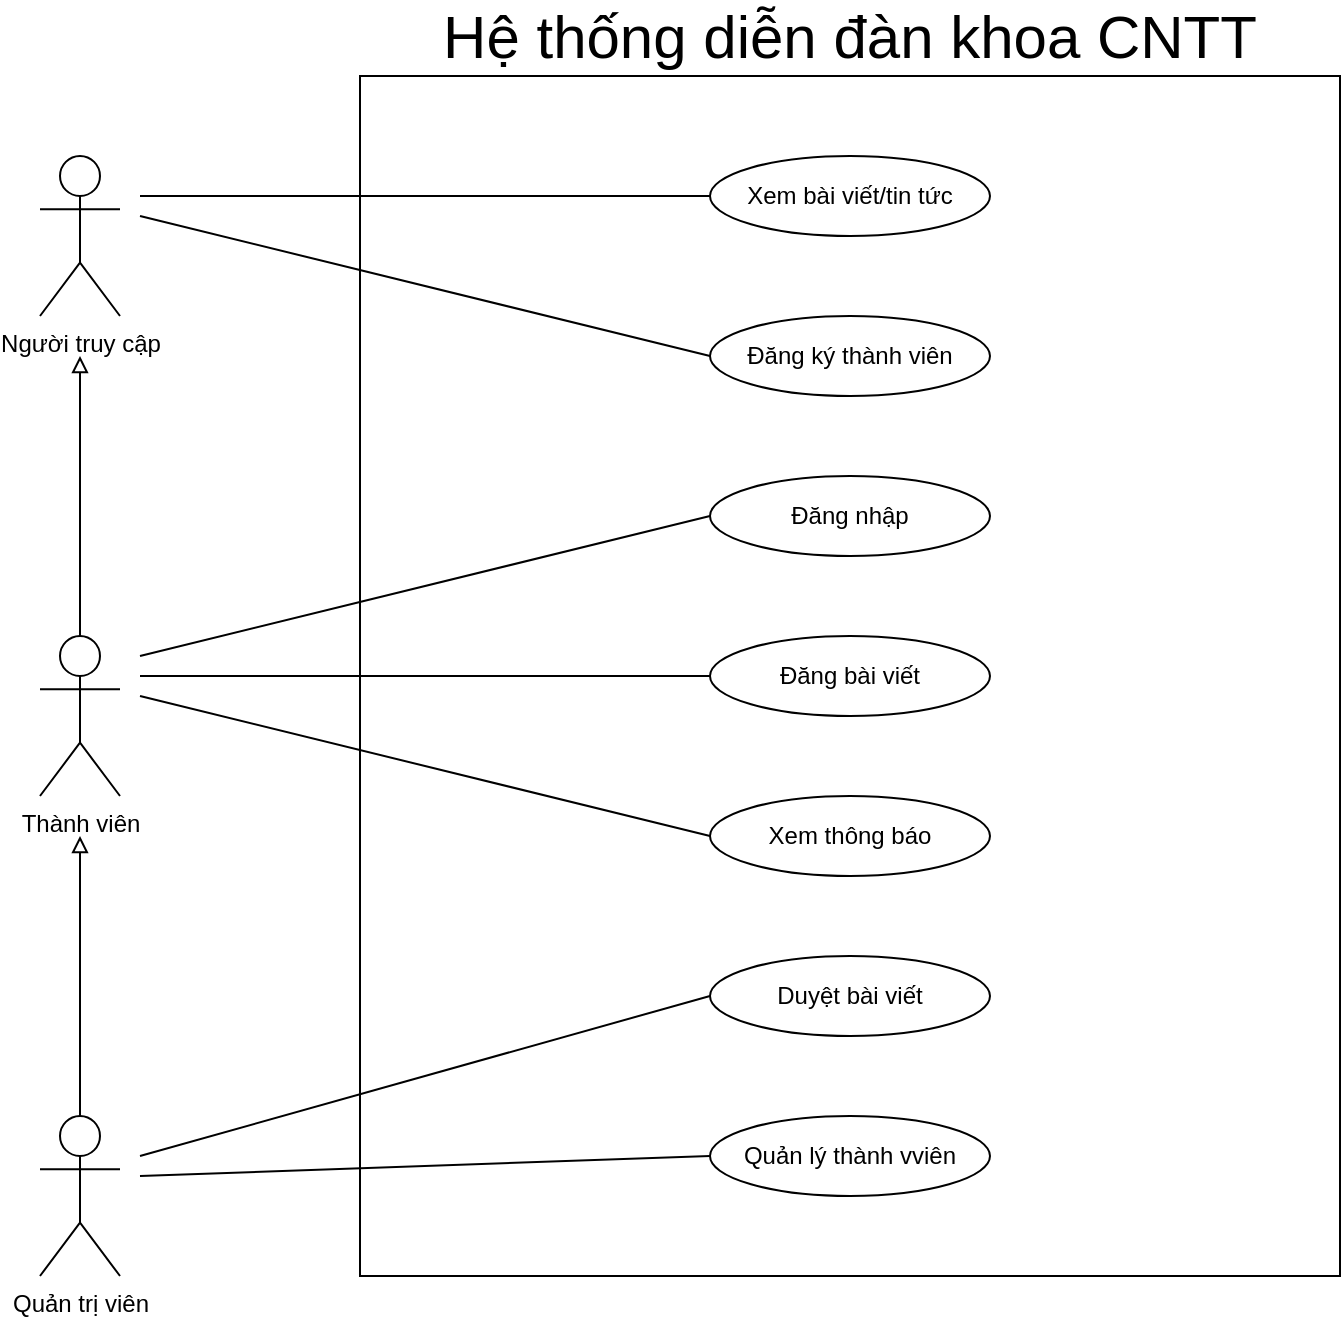
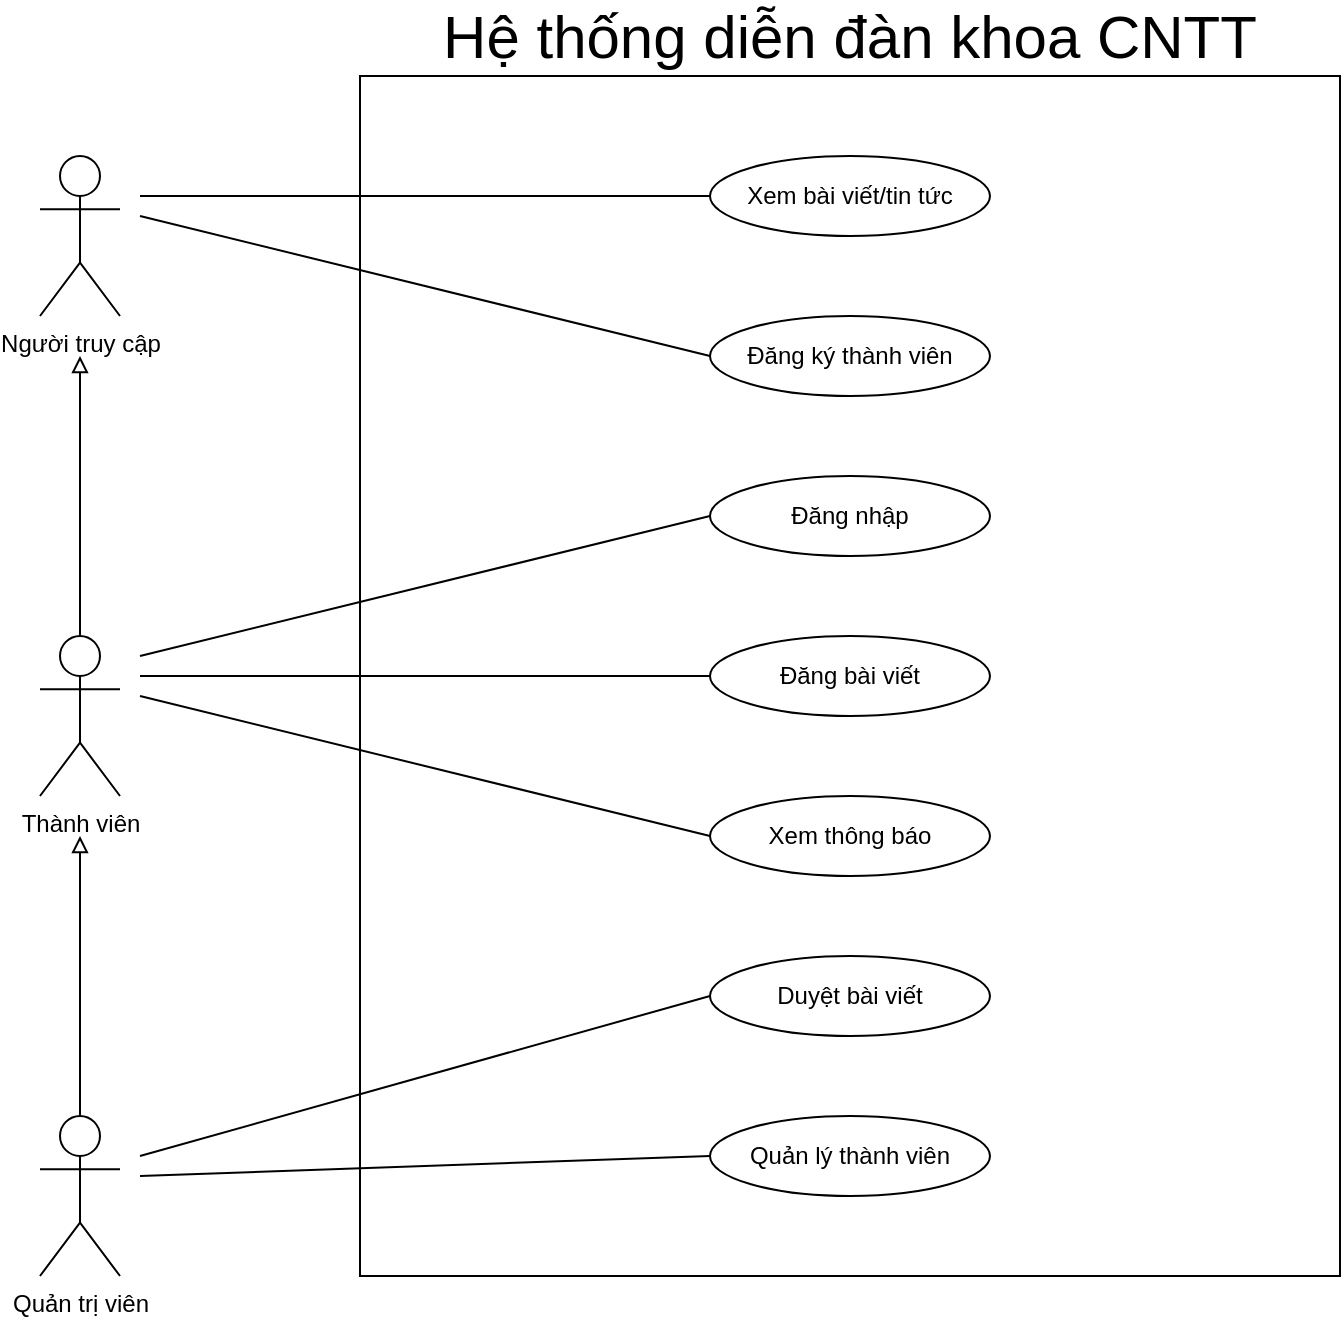
<mxfile host="app.diagrams.net" pages="3">
  <diagram name="UseCaseLevel1" id="R5SArAZ-sp13xk5E453y">
-     <mxGraphModel dx="896" dy="518" grid="1" gridSize="10" guides="1" tooltips="1" connect="1" arrows="1" fold="1" page="1" pageScale="1" pageWidth="1169" pageHeight="1654" math="0" shadow="0">
+     <mxGraphModel dx="448" dy="259" grid="1" gridSize="10" guides="1" tooltips="1" connect="1" arrows="1" fold="1" page="1" pageScale="1" pageWidth="1169" pageHeight="1654" math="0" shadow="0">
      <root>
        <mxCell id="0" />
        <mxCell id="1" parent="0" />
        <mxCell id="h2pIs2B6fA9uW1FB1x-K-3" parent="1" style="rounded=0;whiteSpace=wrap;html=1;" value="" vertex="1">
          <mxGeometry height="600" width="490" x="340" y="40" as="geometry" />
        </mxCell>
        <mxCell id="h2pIs2B6fA9uW1FB1x-K-4" parent="1" style="shape=umlActor;verticalLabelPosition=bottom;verticalAlign=top;html=1;" value="Người truy cập" vertex="1">
          <mxGeometry height="80" width="40" x="180" y="80" as="geometry" />
        </mxCell>
        <mxCell id="h2pIs2B6fA9uW1FB1x-K-9" edge="1" parent="1" source="h2pIs2B6fA9uW1FB1x-K-5" style="endArrow=block;endFill=0;">
          <mxGeometry relative="1" as="geometry">
            <mxPoint x="200" y="180" as="targetPoint" />
          </mxGeometry>
        </mxCell>
        <mxCell id="h2pIs2B6fA9uW1FB1x-K-5" parent="1" style="shape=umlActor;verticalLabelPosition=bottom;verticalAlign=top;html=1;" value="Thành viên" vertex="1">
          <mxGeometry height="80" width="40" x="180" y="320" as="geometry" />
        </mxCell>
        <mxCell id="h2pIs2B6fA9uW1FB1x-K-8" edge="1" parent="1" source="h2pIs2B6fA9uW1FB1x-K-6" style="endArrow=block;endFill=0;">
          <mxGeometry relative="1" as="geometry">
            <mxPoint x="200" y="550" as="sourcePoint" />
            <mxPoint x="200" y="420" as="targetPoint" />
          </mxGeometry>
        </mxCell>
        <mxCell id="h2pIs2B6fA9uW1FB1x-K-6" parent="1" style="shape=umlActor;verticalLabelPosition=bottom;verticalAlign=top;html=1;" value="Quản trị viên" vertex="1">
          <mxGeometry height="80" width="40" x="180" y="560" as="geometry" />
        </mxCell>
        <mxCell id="h2pIs2B6fA9uW1FB1x-K-10" parent="1" style="ellipse;whiteSpace=wrap;html=1;" value="Xem bài viết/tin tức" vertex="1">
          <mxGeometry height="40" width="140" x="515" y="80" as="geometry" />
        </mxCell>
        <mxCell id="h2pIs2B6fA9uW1FB1x-K-11" parent="1" style="ellipse;whiteSpace=wrap;html=1;" value="Đăng ký thành viên" vertex="1">
          <mxGeometry height="40" width="140" x="515" y="160" as="geometry" />
        </mxCell>
-         <mxCell id="h2pIs2B6fA9uW1FB1x-K-12" parent="1" style="ellipse;whiteSpace=wrap;html=1;" value="Quản lý thành vviên" vertex="1">
+         <mxCell id="h2pIs2B6fA9uW1FB1x-K-12" parent="1" style="ellipse;whiteSpace=wrap;html=1;" value="Quản lý thành viên" vertex="1">
          <mxGeometry height="40" width="140" x="515" y="560" as="geometry" />
        </mxCell>
        <mxCell id="h2pIs2B6fA9uW1FB1x-K-13" parent="1" style="ellipse;whiteSpace=wrap;html=1;" value="Duyệt bài viết" vertex="1">
          <mxGeometry height="40" width="140" x="515" y="480" as="geometry" />
        </mxCell>
        <mxCell id="h2pIs2B6fA9uW1FB1x-K-14" parent="1" style="ellipse;whiteSpace=wrap;html=1;" value="Xem thông báo" vertex="1">
          <mxGeometry height="40" width="140" x="515" y="400" as="geometry" />
        </mxCell>
        <mxCell id="h2pIs2B6fA9uW1FB1x-K-15" parent="1" style="ellipse;whiteSpace=wrap;html=1;" value="Đăng bài viết" vertex="1">
          <mxGeometry height="40" width="140" x="515" y="320" as="geometry" />
        </mxCell>
        <mxCell id="h2pIs2B6fA9uW1FB1x-K-16" parent="1" style="ellipse;whiteSpace=wrap;html=1;" value="Đăng nhập" vertex="1">
          <mxGeometry height="40" width="140" x="515" y="240" as="geometry" />
        </mxCell>
        <mxCell id="h2pIs2B6fA9uW1FB1x-K-17" edge="1" parent="1" style="endArrow=none;html=1;rounded=0;entryX=0;entryY=0.5;entryDx=0;entryDy=0;" target="h2pIs2B6fA9uW1FB1x-K-10" value="">
          <mxGeometry height="50" relative="1" width="50" as="geometry">
            <mxPoint x="230" y="100" as="sourcePoint" />
            <mxPoint x="280" y="50" as="targetPoint" />
          </mxGeometry>
        </mxCell>
        <mxCell id="h2pIs2B6fA9uW1FB1x-K-18" edge="1" parent="1" style="endArrow=none;html=1;rounded=0;entryX=0;entryY=0.5;entryDx=0;entryDy=0;" target="h2pIs2B6fA9uW1FB1x-K-11" value="">
          <mxGeometry height="50" relative="1" width="50" as="geometry">
            <mxPoint x="230" y="110" as="sourcePoint" />
            <mxPoint x="380" y="140" as="targetPoint" />
          </mxGeometry>
        </mxCell>
        <mxCell id="h2pIs2B6fA9uW1FB1x-K-19" edge="1" parent="1" style="endArrow=none;html=1;rounded=0;entryX=0;entryY=0.5;entryDx=0;entryDy=0;" target="h2pIs2B6fA9uW1FB1x-K-16" value="">
          <mxGeometry height="50" relative="1" width="50" as="geometry">
            <mxPoint x="230" y="330" as="sourcePoint" />
            <mxPoint x="280" y="280" as="targetPoint" />
          </mxGeometry>
        </mxCell>
        <mxCell id="h2pIs2B6fA9uW1FB1x-K-20" edge="1" parent="1" style="endArrow=none;html=1;rounded=0;entryX=0;entryY=0.5;entryDx=0;entryDy=0;" target="h2pIs2B6fA9uW1FB1x-K-15" value="">
          <mxGeometry height="50" relative="1" width="50" as="geometry">
            <mxPoint x="230" y="340" as="sourcePoint" />
            <mxPoint x="400" y="430" as="targetPoint" />
          </mxGeometry>
        </mxCell>
        <mxCell id="h2pIs2B6fA9uW1FB1x-K-21" edge="1" parent="1" style="endArrow=none;html=1;rounded=0;entryX=0;entryY=0.5;entryDx=0;entryDy=0;" target="h2pIs2B6fA9uW1FB1x-K-14" value="">
          <mxGeometry height="50" relative="1" width="50" as="geometry">
            <mxPoint x="230" y="350" as="sourcePoint" />
            <mxPoint x="400" y="430" as="targetPoint" />
          </mxGeometry>
        </mxCell>
        <mxCell id="h2pIs2B6fA9uW1FB1x-K-22" edge="1" parent="1" style="endArrow=none;html=1;rounded=0;entryX=0;entryY=0.5;entryDx=0;entryDy=0;" target="h2pIs2B6fA9uW1FB1x-K-13" value="">
          <mxGeometry height="50" relative="1" width="50" as="geometry">
            <mxPoint x="230" y="580" as="sourcePoint" />
            <mxPoint x="470" y="480" as="targetPoint" />
          </mxGeometry>
        </mxCell>
        <mxCell id="h2pIs2B6fA9uW1FB1x-K-23" edge="1" parent="1" style="endArrow=none;html=1;rounded=0;entryX=0;entryY=0.5;entryDx=0;entryDy=0;" target="h2pIs2B6fA9uW1FB1x-K-12" value="">
          <mxGeometry height="50" relative="1" width="50" as="geometry">
            <mxPoint x="230" y="590" as="sourcePoint" />
            <mxPoint x="450" y="450" as="targetPoint" />
          </mxGeometry>
        </mxCell>
        <mxCell id="C04jKtBo_vdliFKvRf8y-1" parent="1" style="text;html=1;whiteSpace=wrap;strokeColor=none;fillColor=none;align=center;verticalAlign=middle;rounded=0;fontSize=30;" value="Hệ thống diễn đàn khoa CNTT" vertex="1">
          <mxGeometry height="30" width="420" x="375" y="5" as="geometry" />
        </mxCell>
      </root>
    </mxGraphModel>
  </diagram>
  <diagram id="GyQeJO6hl7p-9kbhmS7M" name="UseCaseLevel2-Thành viên">
    <mxGraphModel dx="1212" dy="1801" grid="1" gridSize="10" guides="1" tooltips="1" connect="1" arrows="1" fold="1" page="1" pageScale="1" pageWidth="850" pageHeight="1100" math="0" shadow="0">
      <root>
        <mxCell id="0" />
        <mxCell id="1" parent="0" />
        <mxCell id="actor" parent="1" style="shape=umlActor;verticalLabelPosition=bottom;verticalAlign=top;" value="Thành viên" vertex="1">
          <mxGeometry height="100" width="50" x="60" y="280" as="geometry" />
        </mxCell>
        <mxCell id="uc_register" parent="1" style="ellipse;whiteSpace=wrap;html=1;" value="Đăng ký" vertex="1">
          <mxGeometry height="60" width="140" x="290" y="70" as="geometry" />
        </mxCell>
        <mxCell id="uc_login" parent="1" style="ellipse;whiteSpace=wrap;html=1;" value="Đăng nhập" vertex="1">
          <mxGeometry height="60" width="140" x="320" y="220" as="geometry" />
        </mxCell>
        <mxCell id="uc_post" parent="1" style="ellipse;whiteSpace=wrap;html=1;" value="Đăng bài" vertex="1">
          <mxGeometry height="60" width="140" x="320" y="380" as="geometry" />
        </mxCell>
        <mxCell id="uc_notify" parent="1" style="ellipse;whiteSpace=wrap;html=1;" value="Xem thông báo" vertex="1">
          <mxGeometry height="60" width="180" x="320" y="590" as="geometry" />
        </mxCell>
        <mxCell id="uc_info" parent="1" style="ellipse;whiteSpace=wrap;html=1;" value="Nhập thông tin" vertex="1">
          <mxGeometry height="60" width="170" x="650" y="40" as="geometry" />
        </mxCell>
        <mxCell id="uc_validate" parent="1" style="ellipse;whiteSpace=wrap;html=1;" value="Kiểm tra thông tin" vertex="1">
          <mxGeometry height="60" width="170" x="657" y="110" as="geometry" />
        </mxCell>
        <mxCell id="uc_create" parent="1" style="ellipse;whiteSpace=wrap;html=1;" value="Tạo tài khoản" vertex="1">
          <mxGeometry height="60" width="170" x="650" y="180" as="geometry" />
        </mxCell>
        <mxCell id="uc_inputlogin" parent="1" style="ellipse;whiteSpace=wrap;html=1;" value="Nhập tài khoản" vertex="1">
          <mxGeometry height="60" width="170" x="670" y="260" as="geometry" />
        </mxCell>
        <mxCell id="uc_auth" parent="1" style="ellipse;whiteSpace=wrap;html=1;" value="Xác thực tài khoản" vertex="1">
          <mxGeometry height="60" width="170" x="657" y="350" as="geometry" />
        </mxCell>
        <mxCell id="uc_write" parent="1" style="ellipse;whiteSpace=wrap;html=1;" value="Soạn thảo bài viết" vertex="1">
          <mxGeometry height="60" width="180" x="790" y="390" as="geometry" />
        </mxCell>
        <mxCell id="uc_upload" parent="1" style="ellipse;whiteSpace=wrap;html=1;" value="Tải ảnh lên" vertex="1">
          <mxGeometry height="60" width="180" x="790" y="460" as="geometry" />
        </mxCell>
        <mxCell id="uc_save" parent="1" style="ellipse;whiteSpace=wrap;html=1;" value="Lưu bài viết" vertex="1">
          <mxGeometry height="60" width="180" x="690" y="530" as="geometry" />
        </mxCell>
        <mxCell id="uc_detailnotify" parent="1" style="ellipse;whiteSpace=wrap;html=1;" value="Xem chi tiết thông báo" vertex="1">
          <mxGeometry height="60" width="220" x="670" y="600" as="geometry" />
        </mxCell>
        <mxCell id="a1" edge="1" parent="1" source="actor" target="uc_register">
          <mxGeometry relative="1" as="geometry" />
        </mxCell>
        <mxCell id="a2" edge="1" parent="1" source="actor" target="uc_login">
          <mxGeometry relative="1" as="geometry" />
        </mxCell>
        <mxCell id="a3" edge="1" parent="1" source="actor" target="uc_post">
          <mxGeometry relative="1" as="geometry" />
        </mxCell>
        <mxCell id="a4" edge="1" parent="1" source="actor" target="uc_notify">
          <mxGeometry relative="1" as="geometry" />
        </mxCell>
        <mxCell id="i1" edge="1" parent="1" source="uc_register" style="dashed=1;endArrow=open;" target="uc_info" value="&lt;&lt;include&gt;&gt;">
          <mxGeometry relative="1" as="geometry" />
        </mxCell>
        <mxCell id="i2" edge="1" parent="1" source="uc_register" style="dashed=1;endArrow=open;" target="uc_validate" value="&lt;&lt;include&gt;&gt;">
          <mxGeometry relative="1" as="geometry" />
        </mxCell>
        <mxCell id="i3" edge="1" parent="1" source="uc_register" style="dashed=1;endArrow=open;" target="uc_create" value="&lt;&lt;include&gt;&gt;">
          <mxGeometry relative="1" as="geometry" />
        </mxCell>
        <mxCell id="i4" edge="1" parent="1" source="uc_login" style="dashed=1;endArrow=open;" target="uc_inputlogin" value="&lt;&lt;include&gt;&gt;">
          <mxGeometry relative="1" as="geometry" />
        </mxCell>
        <mxCell id="i5" edge="1" parent="1" source="uc_login" style="dashed=1;endArrow=open;" target="uc_auth" value="&lt;&lt;include&gt;&gt;">
          <mxGeometry relative="1" as="geometry" />
        </mxCell>
        <mxCell id="i6" edge="1" parent="1" source="uc_post" style="dashed=1;endArrow=open;" target="uc_write" value="&lt;&lt;include&gt;&gt;">
          <mxGeometry relative="1" as="geometry" />
        </mxCell>
        <mxCell id="i7" edge="1" parent="1" source="uc_post" style="dashed=1;endArrow=open;" target="uc_upload" value="&lt;&lt;include&gt;&gt;">
          <mxGeometry relative="1" as="geometry" />
        </mxCell>
        <mxCell id="i8" edge="1" parent="1" source="uc_post" style="dashed=1;endArrow=open;" target="uc_save" value="&lt;&lt;include&gt;&gt;">
          <mxGeometry relative="1" as="geometry" />
        </mxCell>
        <mxCell id="e1" edge="1" parent="1" source="uc_detailnotify" style="dashed=1;endArrow=open;" target="uc_notify" value="&lt;&lt;extend&gt;&gt;">
          <mxGeometry relative="1" as="geometry" />
        </mxCell>
        <mxCell id="G4jS8mM4TshF-VcKEbw7-3" parent="1" style="shape=swimlane;whiteSpace=wrap;html=1;startSize=30;bg opacity=0;strokeWidth=2;fontSize=14;fontStyle=1;align=center;" value="Hệ thống Diễn đàn - Quản lý bài viết" vertex="1">
          <mxGeometry height="690" width="770" x="230" y="-10" as="geometry" />
        </mxCell>
      </root>
    </mxGraphModel>
  </diagram>
  <diagram id="z6pwPU0jgT7hWzZQxbqI" name="UseCaseLevel2-Quản Trị Viên">
-     <mxGraphModel dx="1288" dy="745" grid="1" gridSize="10" guides="1" tooltips="1" connect="1" arrows="1" fold="1" page="1" pageScale="1" pageWidth="827" pageHeight="1169" math="0" shadow="0">
+     <mxGraphModel dx="4120" dy="2384" grid="1" gridSize="10" guides="1" tooltips="1" connect="1" arrows="1" fold="1" page="1" pageScale="1" pageWidth="827" pageHeight="1169" math="0" shadow="0">
      <root>
        <mxCell id="0" />
        <mxCell id="1" parent="0" />
        <mxCell id="YlyWRdP8ZzmcJ6fRbF-e-1" parent="1" style="rounded=0;whiteSpace=wrap;html=1;fillColor=none;fontSize=13;align=center;" value="&lt;div&gt;&lt;br&gt;&lt;/div&gt;" vertex="1">
          <mxGeometry height="1560" width="920" x="360" y="40" as="geometry" />
        </mxCell>
        <mxCell id="YlyWRdP8ZzmcJ6fRbF-e-2" parent="1" style="shape=umlActor;verticalLabelPosition=bottom;verticalAlign=top;html=1;" value="Thành viên" vertex="1">
          <mxGeometry height="80" width="40" x="250" y="240" as="geometry" />
        </mxCell>
        <mxCell id="YlyWRdP8ZzmcJ6fRbF-e-3" parent="1" style="shape=umlActor;verticalLabelPosition=bottom;verticalAlign=top;html=1;" value="Quản trị viên&lt;div&gt;&lt;br&gt;&lt;/div&gt;" vertex="1">
          <mxGeometry height="80" width="40" x="250" y="680" as="geometry" />
        </mxCell>
        <mxCell id="YlyWRdP8ZzmcJ6fRbF-e-4" parent="1" style="shape=ellipse;html=1;dashed=0;whiteSpace=wrap;perimeter=ellipsePerimeter;rounded=0;strokeColor=default;align=center;verticalAlign=middle;fontFamily=Helvetica;fontSize=12;fontColor=default;fillColor=none;" value="&lt;div style=&quot;line-height: 150%;&quot;&gt;&lt;font style=&quot;font-size: 19px;&quot;&gt;Đăng nhập&lt;/font&gt;&lt;/div&gt;" vertex="1">
          <mxGeometry height="90" width="140" x="770" y="460" as="geometry" />
        </mxCell>
        <mxCell id="YlyWRdP8ZzmcJ6fRbF-e-5" parent="1" style="shape=ellipse;html=1;dashed=0;whiteSpace=wrap;perimeter=ellipsePerimeter;rounded=0;strokeColor=default;align=center;verticalAlign=middle;fontFamily=Helvetica;fontSize=12;fontColor=default;fillColor=none;" value="Đăng bài viết&amp;nbsp;" vertex="1">
          <mxGeometry height="90" width="140" x="700" y="225" as="geometry" />
        </mxCell>
        <mxCell id="YlyWRdP8ZzmcJ6fRbF-e-6" parent="1" style="shape=ellipse;html=1;dashed=0;whiteSpace=wrap;perimeter=ellipsePerimeter;rounded=0;strokeColor=default;align=center;verticalAlign=middle;fontFamily=Helvetica;fontSize=12;fontColor=default;fillColor=none;" value="Soạn bài viết&amp;nbsp;" vertex="1">
          <mxGeometry height="90" width="140" x="1090" y="225" as="geometry" />
        </mxCell>
        <mxCell id="YlyWRdP8ZzmcJ6fRbF-e-7" parent="1" style="shape=ellipse;html=1;dashed=0;whiteSpace=wrap;perimeter=ellipsePerimeter;rounded=0;strokeColor=default;align=center;verticalAlign=middle;fontFamily=Helvetica;fontSize=12;fontColor=default;fillColor=none;" value="Gửi bài viết" vertex="1">
          <mxGeometry height="90" width="140" x="1090" y="345" as="geometry" />
        </mxCell>
        <mxCell id="YlyWRdP8ZzmcJ6fRbF-e-8" parent="1" style="shape=ellipse;html=1;dashed=0;whiteSpace=wrap;perimeter=ellipsePerimeter;rounded=0;strokeColor=default;align=center;verticalAlign=middle;fontFamily=Helvetica;fontSize=12;fontColor=default;fillColor=none;" value="Đăng chủ đề mới&amp;nbsp;" vertex="1">
          <mxGeometry height="90" width="140" x="930" y="100" as="geometry" />
        </mxCell>
        <mxCell id="YlyWRdP8ZzmcJ6fRbF-e-9" parent="1" style="shape=ellipse;html=1;dashed=0;whiteSpace=wrap;perimeter=ellipsePerimeter;rounded=0;strokeColor=default;align=center;verticalAlign=middle;fontFamily=Helvetica;fontSize=12;fontColor=default;fillColor=none;" value="Gửi ý kiến /bình luận" vertex="1">
          <mxGeometry height="90" width="140" x="530" y="90" as="geometry" />
        </mxCell>
        <mxCell id="YlyWRdP8ZzmcJ6fRbF-e-10" parent="1" style="shape=ellipse;html=1;dashed=0;whiteSpace=wrap;perimeter=ellipsePerimeter;rounded=0;strokeColor=default;align=center;verticalAlign=middle;fontFamily=Helvetica;fontSize=12;fontColor=default;fillColor=none;" value="Đăng tin tức" vertex="1">
          <mxGeometry height="80" width="140" x="720" y="80" as="geometry" />
        </mxCell>
        <mxCell id="YlyWRdP8ZzmcJ6fRbF-e-11" parent="1" style="shape=ellipse;html=1;dashed=0;whiteSpace=wrap;perimeter=ellipsePerimeter;rounded=0;strokeColor=default;align=center;verticalAlign=middle;fontFamily=Helvetica;fontSize=12;fontColor=default;fillColor=none;" value="xem thông báo duyệt bài" vertex="1">
          <mxGeometry height="90" width="140" x="530" y="325" as="geometry" />
        </mxCell>
        <mxCell id="YlyWRdP8ZzmcJ6fRbF-e-12" edge="1" parent="1" source="YlyWRdP8ZzmcJ6fRbF-e-5" style="endArrow=none;html=1;rounded=0;exitX=0;exitY=0.5;exitDx=0;exitDy=0;entryX=1;entryY=0.3333333333333333;entryDx=0;entryDy=0;entryPerimeter=0;" target="YlyWRdP8ZzmcJ6fRbF-e-2" value="">
          <mxGeometry height="50" relative="1" width="50" as="geometry">
            <mxPoint x="770" y="20" as="sourcePoint" />
            <mxPoint x="619.9999999999995" y="240" as="targetPoint" />
          </mxGeometry>
        </mxCell>
        <mxCell id="YlyWRdP8ZzmcJ6fRbF-e-13" edge="1" parent="1" source="YlyWRdP8ZzmcJ6fRbF-e-11" style="endArrow=none;html=1;rounded=0;exitX=0;exitY=0.5;exitDx=0;exitDy=0;entryX=1;entryY=0.3333333333333333;entryDx=0;entryDy=0;entryPerimeter=0;" target="YlyWRdP8ZzmcJ6fRbF-e-2" value="">
          <mxGeometry height="50" relative="1" width="50" as="geometry">
            <mxPoint x="1200.0000000000005" as="sourcePoint" />
            <mxPoint x="620" y="240" as="targetPoint" />
          </mxGeometry>
        </mxCell>
        <mxCell id="YlyWRdP8ZzmcJ6fRbF-e-14" edge="1" parent="1" source="YlyWRdP8ZzmcJ6fRbF-e-8" style="edgeStyle=none;html=1;endSize=12;endArrow=block;endFill=0;rounded=0;exitX=0.5;exitY=1;exitDx=0;exitDy=0;entryX=0.5;entryY=0;entryDx=0;entryDy=0;" target="YlyWRdP8ZzmcJ6fRbF-e-5" value="">
          <mxGeometry relative="1" width="160" as="geometry">
            <mxPoint x="850" y="370" as="sourcePoint" />
            <mxPoint x="1010" y="370" as="targetPoint" />
          </mxGeometry>
        </mxCell>
        <mxCell id="YlyWRdP8ZzmcJ6fRbF-e-15" edge="1" parent="1" source="YlyWRdP8ZzmcJ6fRbF-e-10" style="edgeStyle=none;html=1;endSize=12;endArrow=block;endFill=0;rounded=0;exitX=0.5;exitY=1;exitDx=0;exitDy=0;entryX=0.5;entryY=0;entryDx=0;entryDy=0;" target="YlyWRdP8ZzmcJ6fRbF-e-5" value="">
          <mxGeometry relative="1" width="160" as="geometry">
            <mxPoint x="850" y="370" as="sourcePoint" />
            <mxPoint x="840" y="80" as="targetPoint" />
          </mxGeometry>
        </mxCell>
        <mxCell id="YlyWRdP8ZzmcJ6fRbF-e-16" edge="1" parent="1" source="YlyWRdP8ZzmcJ6fRbF-e-9" style="edgeStyle=none;html=1;endSize=12;endArrow=block;endFill=0;rounded=0;exitX=0.5;exitY=1;exitDx=0;exitDy=0;entryX=0.5;entryY=0;entryDx=0;entryDy=0;" target="YlyWRdP8ZzmcJ6fRbF-e-5" value="">
          <mxGeometry relative="1" width="160" as="geometry">
            <mxPoint x="1300" y="600" as="sourcePoint" />
            <mxPoint x="1080" y="260" as="targetPoint" />
          </mxGeometry>
        </mxCell>
        <mxCell id="YlyWRdP8ZzmcJ6fRbF-e-17" parent="1" style="shape=ellipse;html=1;dashed=0;whiteSpace=wrap;perimeter=ellipsePerimeter;rounded=0;strokeColor=default;align=center;verticalAlign=middle;fontFamily=Helvetica;fontSize=12;fontColor=default;fillColor=none;" value="Duyệt bài viết" vertex="1">
          <mxGeometry height="90" width="140" x="780" y="640" as="geometry" />
        </mxCell>
        <mxCell id="YlyWRdP8ZzmcJ6fRbF-e-18" edge="1" parent="1" source="YlyWRdP8ZzmcJ6fRbF-e-17" style="endArrow=none;html=1;rounded=0;exitX=0;exitY=0.5;exitDx=0;exitDy=0;entryX=1;entryY=0.3333333333333333;entryDx=0;entryDy=0;entryPerimeter=0;" target="YlyWRdP8ZzmcJ6fRbF-e-3" value="">
          <mxGeometry height="50" relative="1" width="50" as="geometry">
            <mxPoint x="740" y="830" as="sourcePoint" />
            <mxPoint x="470" y="620" as="targetPoint" />
          </mxGeometry>
        </mxCell>
        <mxCell id="YlyWRdP8ZzmcJ6fRbF-e-19" parent="1" style="ellipse;whiteSpace=wrap;html=1;" value="Xem bài viết chờ duyệt" vertex="1">
          <mxGeometry height="80" width="120" x="1100" y="645" as="geometry" />
        </mxCell>
        <mxCell id="YlyWRdP8ZzmcJ6fRbF-e-20" parent="1" style="shape=ellipse;html=1;dashed=0;whiteSpace=wrap;perimeter=ellipsePerimeter;rounded=0;strokeColor=default;align=center;verticalAlign=middle;fontFamily=Helvetica;fontSize=12;fontColor=default;fillColor=none;" value="Chấp nhận bài viết&amp;nbsp;" vertex="1">
          <mxGeometry height="90" width="140" x="680" y="810" as="geometry" />
        </mxCell>
        <mxCell id="YlyWRdP8ZzmcJ6fRbF-e-21" edge="1" parent="1" source="YlyWRdP8ZzmcJ6fRbF-e-17" style="endArrow=open;endSize=12;dashed=1;html=1;rounded=0;exitX=1;exitY=0.5;exitDx=0;exitDy=0;entryX=0;entryY=0.5;entryDx=0;entryDy=0;fontSize=20;" target="YlyWRdP8ZzmcJ6fRbF-e-19" value="&amp;lt;&amp;lt;include&amp;gt;&amp;gt;">
          <mxGeometry relative="1" width="160" x="0.0004" as="geometry">
            <mxPoint as="offset" />
            <Array as="points" />
            <mxPoint x="710.0000000000041" y="700" as="sourcePoint" />
            <mxPoint x="1100" y="735" as="targetPoint" />
          </mxGeometry>
        </mxCell>
        <mxCell id="YlyWRdP8ZzmcJ6fRbF-e-22" edge="1" parent="1" source="YlyWRdP8ZzmcJ6fRbF-e-17" style="endArrow=open;endSize=12;dashed=1;html=1;rounded=0;exitX=0.5;exitY=0;exitDx=0;exitDy=0;fontSize=20;entryX=0.5;entryY=1;entryDx=0;entryDy=0;" target="YlyWRdP8ZzmcJ6fRbF-e-4" value="&amp;lt;&amp;lt;include&amp;gt;&amp;gt;">
          <mxGeometry relative="1" width="160" x="0.0004" as="geometry">
            <mxPoint as="offset" />
            <Array as="points" />
            <mxPoint x="920" y="630" as="sourcePoint" />
            <mxPoint x="1309.999999999996" y="665" as="targetPoint" />
          </mxGeometry>
        </mxCell>
        <mxCell id="YlyWRdP8ZzmcJ6fRbF-e-23" edge="1" parent="1" source="YlyWRdP8ZzmcJ6fRbF-e-5" style="endArrow=open;endSize=12;dashed=1;html=1;rounded=0;exitX=1;exitY=0.5;exitDx=0;exitDy=0;entryX=0.5;entryY=0;entryDx=0;entryDy=0;fontSize=20;" target="YlyWRdP8ZzmcJ6fRbF-e-4" value="&amp;lt;&amp;lt;include&amp;gt;&amp;gt;">
          <mxGeometry relative="1" width="160" x="0.0299" y="-5" as="geometry">
            <mxPoint y="-1" as="offset" />
            <Array as="points" />
            <mxPoint x="800" y="640" as="sourcePoint" />
            <mxPoint x="1180" y="490" as="targetPoint" />
          </mxGeometry>
        </mxCell>
        <mxCell id="YlyWRdP8ZzmcJ6fRbF-e-24" edge="1" parent="1" source="YlyWRdP8ZzmcJ6fRbF-e-5" style="endArrow=open;endSize=12;dashed=1;html=1;rounded=0;exitX=1;exitY=0.5;exitDx=0;exitDy=0;entryX=0;entryY=0.5;entryDx=0;entryDy=0;fontSize=20;" target="YlyWRdP8ZzmcJ6fRbF-e-7" value="&amp;lt;&amp;lt;include&amp;gt;&amp;gt;">
          <mxGeometry relative="1" width="160" x="0.0004" as="geometry">
            <mxPoint as="offset" />
            <Array as="points" />
            <mxPoint x="970" y="540" as="sourcePoint" />
            <mxPoint x="1350" y="390" as="targetPoint" />
          </mxGeometry>
        </mxCell>
        <mxCell id="YlyWRdP8ZzmcJ6fRbF-e-25" edge="1" parent="1" source="YlyWRdP8ZzmcJ6fRbF-e-5" style="endArrow=open;endSize=12;dashed=1;html=1;rounded=0;exitX=1;exitY=0.5;exitDx=0;exitDy=0;entryX=0;entryY=0.5;entryDx=0;entryDy=0;fontSize=20;" target="YlyWRdP8ZzmcJ6fRbF-e-6" value="&amp;lt;&amp;lt;include&amp;gt;&amp;gt;">
          <mxGeometry relative="1" width="160" x="0.0004" as="geometry">
            <mxPoint as="offset" />
            <Array as="points" />
            <mxPoint x="880" y="510" as="sourcePoint" />
            <mxPoint x="1260" y="360" as="targetPoint" />
          </mxGeometry>
        </mxCell>
        <mxCell id="YlyWRdP8ZzmcJ6fRbF-e-26" edge="1" parent="1" source="YlyWRdP8ZzmcJ6fRbF-e-20" style="endArrow=open;endSize=12;dashed=1;html=1;rounded=0;entryX=0.5;entryY=1;entryDx=0;entryDy=0;fontSize=20;exitX=0.5;exitY=0;exitDx=0;exitDy=0;" target="YlyWRdP8ZzmcJ6fRbF-e-17" value="&amp;lt;&amp;lt;extend&amp;gt;&amp;gt;">
          <mxGeometry relative="1" width="160" x="0.0004" as="geometry">
            <mxPoint as="offset" />
            <Array as="points" />
            <mxPoint x="640" y="730" as="sourcePoint" />
            <mxPoint x="1120" y="840" as="targetPoint" />
          </mxGeometry>
        </mxCell>
        <mxCell id="YlyWRdP8ZzmcJ6fRbF-e-27" edge="1" parent="1" source="YlyWRdP8ZzmcJ6fRbF-e-28" style="endArrow=open;endSize=12;dashed=1;html=1;rounded=0;fontSize=20;exitX=0.5;exitY=0;exitDx=0;exitDy=0;entryX=0.5;entryY=1;entryDx=0;entryDy=0;" target="YlyWRdP8ZzmcJ6fRbF-e-17" value="&amp;lt;&amp;lt;extend&amp;gt;&amp;gt;">
          <mxGeometry relative="1" width="160" x="0.0004" as="geometry">
            <mxPoint as="offset" />
            <Array as="points" />
            <mxPoint x="820" y="1070" as="sourcePoint" />
            <mxPoint x="880" y="910" as="targetPoint" />
          </mxGeometry>
        </mxCell>
        <mxCell id="YlyWRdP8ZzmcJ6fRbF-e-28" parent="1" style="shape=ellipse;html=1;dashed=0;whiteSpace=wrap;perimeter=ellipsePerimeter;rounded=0;strokeColor=default;align=center;verticalAlign=middle;fontFamily=Helvetica;fontSize=12;fontColor=default;fillColor=none;" value="Từ chối bài viết&amp;nbsp;" vertex="1">
          <mxGeometry height="90" width="140" x="894" y="820" as="geometry" />
        </mxCell>
        <mxCell id="YlyWRdP8ZzmcJ6fRbF-e-29" parent="1" style="shape=ellipse;html=1;dashed=0;whiteSpace=wrap;perimeter=ellipsePerimeter;rounded=0;strokeColor=default;align=center;verticalAlign=middle;fontFamily=Helvetica;fontSize=12;fontColor=default;fillColor=none;" value="Cập nhật trạng thái bài viết&amp;nbsp;" vertex="1">
          <mxGeometry height="90" width="140" x="770" y="990" as="geometry" />
        </mxCell>
        <mxCell id="YlyWRdP8ZzmcJ6fRbF-e-30" parent="1" style="shape=ellipse;html=1;dashed=0;whiteSpace=wrap;perimeter=ellipsePerimeter;rounded=0;strokeColor=default;align=center;verticalAlign=middle;fontFamily=Helvetica;fontSize=12;fontColor=default;fillColor=none;" value="Ghi lý do từ chối&amp;nbsp;" vertex="1">
          <mxGeometry height="90" width="140" x="970" y="990" as="geometry" />
        </mxCell>
        <mxCell id="YlyWRdP8ZzmcJ6fRbF-e-31" edge="1" parent="1" source="YlyWRdP8ZzmcJ6fRbF-e-28" style="endArrow=open;endSize=12;dashed=1;html=1;rounded=0;exitX=0.5;exitY=1;exitDx=0;exitDy=0;entryX=0.5;entryY=0;entryDx=0;entryDy=0;fontSize=20;" target="YlyWRdP8ZzmcJ6fRbF-e-30" value="&amp;lt;&amp;lt;include&amp;gt;&amp;gt;">
          <mxGeometry relative="1" width="160" x="0.0004" as="geometry">
            <mxPoint as="offset" />
            <Array as="points" />
            <mxPoint x="850" y="1020" as="sourcePoint" />
            <mxPoint x="1250" y="1100" as="targetPoint" />
          </mxGeometry>
        </mxCell>
        <mxCell id="YlyWRdP8ZzmcJ6fRbF-e-32" edge="1" parent="1" source="YlyWRdP8ZzmcJ6fRbF-e-28" style="endArrow=open;endSize=12;dashed=1;html=1;rounded=0;exitX=0.5;exitY=1;exitDx=0;exitDy=0;entryX=0.5;entryY=0;entryDx=0;entryDy=0;fontSize=20;" target="YlyWRdP8ZzmcJ6fRbF-e-29" value="&amp;lt;&amp;lt;include&amp;gt;&amp;gt;">
          <mxGeometry relative="1" width="160" x="0.0004" as="geometry">
            <mxPoint as="offset" />
            <Array as="points" />
            <mxPoint x="960" y="1060" as="sourcePoint" />
            <mxPoint x="1360" y="1140" as="targetPoint" />
          </mxGeometry>
        </mxCell>
        <mxCell id="YlyWRdP8ZzmcJ6fRbF-e-33" edge="1" parent="1" source="YlyWRdP8ZzmcJ6fRbF-e-20" style="endArrow=open;endSize=12;dashed=1;html=1;rounded=0;exitX=0.5;exitY=1;exitDx=0;exitDy=0;entryX=0.5;entryY=0;entryDx=0;entryDy=0;fontSize=20;" target="YlyWRdP8ZzmcJ6fRbF-e-29" value="&amp;lt;&amp;lt;include&amp;gt;&amp;gt;">
          <mxGeometry relative="1" width="160" x="0.0004" as="geometry">
            <mxPoint as="offset" />
            <Array as="points" />
            <mxPoint x="620" y="1030" as="sourcePoint" />
            <mxPoint x="570" y="1080" as="targetPoint" />
          </mxGeometry>
        </mxCell>
        <mxCell id="YlyWRdP8ZzmcJ6fRbF-e-34" parent="1" style="shape=ellipse;html=1;dashed=0;whiteSpace=wrap;perimeter=ellipsePerimeter;rounded=0;strokeColor=default;align=center;verticalAlign=middle;fontFamily=Helvetica;fontSize=12;fontColor=default;fillColor=none;" value="Quản lý thành viên&amp;nbsp;" vertex="1">
          <mxGeometry height="90" width="140" x="530" y="1070" as="geometry" />
        </mxCell>
        <mxCell id="YlyWRdP8ZzmcJ6fRbF-e-35" edge="1" parent="1" source="YlyWRdP8ZzmcJ6fRbF-e-34" style="endArrow=none;html=1;rounded=0;exitX=0;exitY=0.5;exitDx=0;exitDy=0;entryX=1;entryY=0.3333333333333333;entryDx=0;entryDy=0;entryPerimeter=0;" target="YlyWRdP8ZzmcJ6fRbF-e-3" value="">
          <mxGeometry height="50" relative="1" width="50" as="geometry">
            <mxPoint x="850" y="1000" as="sourcePoint" />
            <mxPoint x="440" y="1403" as="targetPoint" />
          </mxGeometry>
        </mxCell>
        <mxCell id="YlyWRdP8ZzmcJ6fRbF-e-36" edge="1" parent="1" source="YlyWRdP8ZzmcJ6fRbF-e-34" style="endArrow=open;endSize=12;dashed=1;html=1;rounded=0;exitX=0.5;exitY=0;exitDx=0;exitDy=0;fontSize=20;entryX=0;entryY=0.5;entryDx=0;entryDy=0;" target="YlyWRdP8ZzmcJ6fRbF-e-4" value="&amp;lt;&amp;lt;include&amp;gt;&amp;gt;">
          <mxGeometry relative="1" width="160" x="-0.3244" as="geometry">
            <mxPoint y="-1" as="offset" />
            <Array as="points">
              <mxPoint x="600" y="500" />
            </Array>
            <mxPoint x="830" y="1230" as="sourcePoint" />
            <mxPoint x="900" y="1330" as="targetPoint" />
          </mxGeometry>
        </mxCell>
        <mxCell id="YlyWRdP8ZzmcJ6fRbF-e-37" parent="1" style="shape=ellipse;html=1;dashed=0;whiteSpace=wrap;perimeter=ellipsePerimeter;rounded=0;strokeColor=default;align=center;verticalAlign=middle;fontFamily=Helvetica;fontSize=12;fontColor=default;fillColor=none;" value="Xét&amp;nbsp; đăng kí thành viên&amp;nbsp;" vertex="1">
          <mxGeometry height="90" width="140" x="530" y="1270" as="geometry" />
        </mxCell>
        <mxCell id="YlyWRdP8ZzmcJ6fRbF-e-38" parent="1" style="shape=ellipse;html=1;dashed=0;whiteSpace=wrap;perimeter=ellipsePerimeter;rounded=0;strokeColor=default;align=center;verticalAlign=middle;fontFamily=Helvetica;fontSize=12;fontColor=default;fillColor=none;" value="Xóa thành viên&amp;nbsp;" vertex="1">
          <mxGeometry height="90" width="140" x="710" y="1230" as="geometry" />
        </mxCell>
        <mxCell id="YlyWRdP8ZzmcJ6fRbF-e-39" parent="1" style="shape=ellipse;html=1;dashed=0;whiteSpace=wrap;perimeter=ellipsePerimeter;rounded=0;strokeColor=default;align=center;verticalAlign=middle;fontFamily=Helvetica;fontSize=12;fontColor=default;fillColor=none;" value="Cập nhật thông tin thành viên&amp;nbsp;" vertex="1">
          <mxGeometry height="90" width="140" x="900" y="1160" as="geometry" />
        </mxCell>
        <mxCell id="YlyWRdP8ZzmcJ6fRbF-e-40" parent="1" style="shape=ellipse;html=1;dashed=0;whiteSpace=wrap;perimeter=ellipsePerimeter;rounded=0;strokeColor=default;align=center;verticalAlign=middle;fontFamily=Helvetica;fontSize=12;fontColor=default;fillColor=none;" value="Chấp nhận thành viên&amp;nbsp;" vertex="1">
          <mxGeometry height="90" width="140" x="410" y="1460" as="geometry" />
        </mxCell>
        <mxCell id="YlyWRdP8ZzmcJ6fRbF-e-41" parent="1" style="shape=ellipse;html=1;dashed=0;whiteSpace=wrap;perimeter=ellipsePerimeter;rounded=0;strokeColor=default;align=center;verticalAlign=middle;fontFamily=Helvetica;fontSize=12;fontColor=default;fillColor=none;" value="Từ chối thành viên&amp;nbsp;" vertex="1">
          <mxGeometry height="90" width="140" x="650" y="1460" as="geometry" />
        </mxCell>
        <mxCell id="YlyWRdP8ZzmcJ6fRbF-e-42" edge="1" parent="1" source="YlyWRdP8ZzmcJ6fRbF-e-37" style="endArrow=open;endSize=12;dashed=1;html=1;rounded=0;entryX=0.5;entryY=1;entryDx=0;entryDy=0;fontSize=20;exitX=0.5;exitY=0;exitDx=0;exitDy=0;" target="YlyWRdP8ZzmcJ6fRbF-e-34" value="&amp;lt;&amp;lt;extend&amp;gt;&amp;gt;">
          <mxGeometry relative="1" width="160" x="0.0004" as="geometry">
            <mxPoint as="offset" />
            <Array as="points" />
            <mxPoint x="710" y="1320" as="sourcePoint" />
            <mxPoint x="800" y="1210" as="targetPoint" />
          </mxGeometry>
        </mxCell>
        <mxCell id="YlyWRdP8ZzmcJ6fRbF-e-43" edge="1" parent="1" source="YlyWRdP8ZzmcJ6fRbF-e-38" style="endArrow=open;endSize=12;dashed=1;html=1;rounded=0;entryX=1;entryY=1;entryDx=0;entryDy=0;fontSize=20;exitX=0.5;exitY=0;exitDx=0;exitDy=0;" target="YlyWRdP8ZzmcJ6fRbF-e-34" value="&amp;lt;&amp;lt;extend&amp;gt;&amp;gt;">
          <mxGeometry relative="1" width="160" x="0.0004" as="geometry">
            <mxPoint as="offset" />
            <Array as="points" />
            <mxPoint x="750" y="1350" as="sourcePoint" />
            <mxPoint x="840" y="1240" as="targetPoint" />
          </mxGeometry>
        </mxCell>
        <mxCell id="YlyWRdP8ZzmcJ6fRbF-e-44" edge="1" parent="1" source="YlyWRdP8ZzmcJ6fRbF-e-39" style="endArrow=open;endSize=12;dashed=1;html=1;rounded=0;entryX=1;entryY=0.5;entryDx=0;entryDy=0;fontSize=20;exitX=0.5;exitY=0;exitDx=0;exitDy=0;" target="YlyWRdP8ZzmcJ6fRbF-e-34" value="&amp;lt;&amp;lt;extend&amp;gt;&amp;gt;">
          <mxGeometry relative="1" width="160" x="0.0004" as="geometry">
            <mxPoint as="offset" />
            <Array as="points" />
            <mxPoint x="900" y="1320" as="sourcePoint" />
            <mxPoint x="990" y="1210" as="targetPoint" />
          </mxGeometry>
        </mxCell>
        <mxCell id="YlyWRdP8ZzmcJ6fRbF-e-45" edge="1" parent="1" source="YlyWRdP8ZzmcJ6fRbF-e-40" style="endArrow=open;endSize=12;dashed=1;html=1;rounded=0;entryX=0.5;entryY=1;entryDx=0;entryDy=0;fontSize=20;exitX=0.5;exitY=0;exitDx=0;exitDy=0;" target="YlyWRdP8ZzmcJ6fRbF-e-37" value="&amp;lt;&amp;lt;extend&amp;gt;&amp;gt;">
          <mxGeometry relative="1" width="160" x="0.0004" as="geometry">
            <mxPoint as="offset" />
            <Array as="points" />
            <mxPoint x="650" y="1500" as="sourcePoint" />
            <mxPoint x="740" y="1390" as="targetPoint" />
          </mxGeometry>
        </mxCell>
        <mxCell id="YlyWRdP8ZzmcJ6fRbF-e-46" edge="1" parent="1" source="YlyWRdP8ZzmcJ6fRbF-e-41" style="endArrow=open;endSize=12;dashed=1;html=1;rounded=0;entryX=0.5;entryY=1;entryDx=0;entryDy=0;fontSize=20;exitX=0.5;exitY=0;exitDx=0;exitDy=0;" target="YlyWRdP8ZzmcJ6fRbF-e-37" value="&amp;lt;&amp;lt;extend&amp;gt;&amp;gt;">
          <mxGeometry relative="1" width="160" x="0.0004" as="geometry">
            <mxPoint as="offset" />
            <Array as="points" />
            <mxPoint x="830" y="1490" as="sourcePoint" />
            <mxPoint x="920" y="1380" as="targetPoint" />
          </mxGeometry>
        </mxCell>
        <mxCell id="K5wDziJRcuBpRpGTvvNH-1" parent="1" style="shape=umlActor;verticalLabelPosition=bottom;verticalAlign=top;html=1;outlineConnect=0;" value="Quản trị viên" vertex="1">
          <mxGeometry height="80" width="40" x="80" y="1960" as="geometry" />
        </mxCell>
        <mxCell id="K5wDziJRcuBpRpGTvvNH-2" parent="1" style="swimlane;whiteSpace=wrap;html=1;fillColor=#F8FFCC;" value="QUẢN TRỊ VIÊN _ DUYỆT BÀI VIẾT" vertex="1">
          <mxGeometry height="520" width="440" x="200" y="1720" as="geometry" />
        </mxCell>
        <mxCell id="K5wDziJRcuBpRpGTvvNH-3" parent="K5wDziJRcuBpRpGTvvNH-2" style="ellipse;whiteSpace=wrap;html=1;" value="Đăng nhập" vertex="1">
          <mxGeometry height="70" width="120" x="60" y="80" as="geometry" />
        </mxCell>
        <mxCell id="K5wDziJRcuBpRpGTvvNH-4" parent="K5wDziJRcuBpRpGTvvNH-2" style="ellipse;whiteSpace=wrap;html=1;" value="Duyệt bài viết" vertex="1">
          <mxGeometry height="70" width="120" x="60" y="262" as="geometry" />
        </mxCell>
        <mxCell id="K5wDziJRcuBpRpGTvvNH-5" parent="K5wDziJRcuBpRpGTvvNH-2" style="ellipse;whiteSpace=wrap;html=1;" value="Chấp nhận bài viết" vertex="1">
          <mxGeometry height="70" width="120" x="267" y="179" as="geometry" />
        </mxCell>
        <mxCell id="K5wDziJRcuBpRpGTvvNH-6" parent="K5wDziJRcuBpRpGTvvNH-2" style="ellipse;whiteSpace=wrap;html=1;" value="Từ chối bài viết" vertex="1">
          <mxGeometry height="70" width="120" x="267" y="306" as="geometry" />
        </mxCell>
        <mxCell id="K5wDziJRcuBpRpGTvvNH-7" edge="1" parent="K5wDziJRcuBpRpGTvvNH-2" source="K5wDziJRcuBpRpGTvvNH-4" style="endArrow=classic;html=1;rounded=0;dashed=1;entryX=0.5;entryY=1;entryDx=0;entryDy=0;exitX=0.5;exitY=0;exitDx=0;exitDy=0;" target="K5wDziJRcuBpRpGTvvNH-3" value="">
          <mxGeometry relative="1" as="geometry">
            <mxPoint x="140" y="196" as="sourcePoint" />
            <mxPoint x="240" y="196" as="targetPoint" />
          </mxGeometry>
        </mxCell>
        <mxCell id="K5wDziJRcuBpRpGTvvNH-8" connectable="0" parent="K5wDziJRcuBpRpGTvvNH-7" style="edgeLabel;resizable=0;html=1;;align=center;verticalAlign=middle;" value="include" vertex="1">
          <mxGeometry relative="1" as="geometry" />
        </mxCell>
        <mxCell id="K5wDziJRcuBpRpGTvvNH-9" parent="K5wDziJRcuBpRpGTvvNH-2" style="ellipse;whiteSpace=wrap;html=1;" value="Ghi lý do từ chối" vertex="1">
          <mxGeometry height="70" width="120" x="160" y="410" as="geometry" />
        </mxCell>
        <mxCell id="K5wDziJRcuBpRpGTvvNH-10" edge="1" parent="K5wDziJRcuBpRpGTvvNH-2" source="K5wDziJRcuBpRpGTvvNH-5" style="endArrow=classic;html=1;rounded=0;dashed=1;entryX=1;entryY=0;entryDx=0;entryDy=0;exitX=0;exitY=0.5;exitDx=0;exitDy=0;" target="K5wDziJRcuBpRpGTvvNH-4" value="">
          <mxGeometry relative="1" as="geometry">
            <mxPoint x="253" y="352" as="sourcePoint" />
            <mxPoint x="253" y="240" as="targetPoint" />
          </mxGeometry>
        </mxCell>
        <mxCell id="K5wDziJRcuBpRpGTvvNH-11" connectable="0" parent="K5wDziJRcuBpRpGTvvNH-10" style="edgeLabel;resizable=0;html=1;;align=center;verticalAlign=middle;" value="extend" vertex="1">
          <mxGeometry relative="1" as="geometry" />
        </mxCell>
        <mxCell id="K5wDziJRcuBpRpGTvvNH-12" edge="1" parent="K5wDziJRcuBpRpGTvvNH-2" source="K5wDziJRcuBpRpGTvvNH-6" style="endArrow=classic;html=1;rounded=0;dashed=1;entryX=1;entryY=1;entryDx=0;entryDy=0;exitX=0;exitY=0.5;exitDx=0;exitDy=0;" target="K5wDziJRcuBpRpGTvvNH-4" value="">
          <mxGeometry relative="1" as="geometry">
            <mxPoint x="355" y="305" as="sourcePoint" />
            <mxPoint x="251" y="363" as="targetPoint" />
          </mxGeometry>
        </mxCell>
        <mxCell id="K5wDziJRcuBpRpGTvvNH-13" connectable="0" parent="K5wDziJRcuBpRpGTvvNH-12" style="edgeLabel;resizable=0;html=1;;align=center;verticalAlign=middle;" value="extend" vertex="1">
          <mxGeometry relative="1" as="geometry" />
        </mxCell>
        <mxCell id="K5wDziJRcuBpRpGTvvNH-14" edge="1" parent="K5wDziJRcuBpRpGTvvNH-2" source="K5wDziJRcuBpRpGTvvNH-6" style="endArrow=classic;html=1;rounded=0;dashed=1;entryX=1;entryY=0;entryDx=0;entryDy=0;exitX=0.227;exitY=0.941;exitDx=0;exitDy=0;exitPerimeter=0;" target="K5wDziJRcuBpRpGTvvNH-9" value="">
          <mxGeometry relative="1" as="geometry">
            <mxPoint x="306" y="509" as="sourcePoint" />
            <mxPoint x="306" y="397" as="targetPoint" />
          </mxGeometry>
        </mxCell>
        <mxCell id="K5wDziJRcuBpRpGTvvNH-15" connectable="0" parent="K5wDziJRcuBpRpGTvvNH-14" style="edgeLabel;resizable=0;html=1;;align=center;verticalAlign=middle;" value="include" vertex="1">
          <mxGeometry relative="1" as="geometry" />
        </mxCell>
        <mxCell id="K5wDziJRcuBpRpGTvvNH-16" edge="1" parent="1" style="endArrow=classic;html=1;rounded=0;entryX=0;entryY=1;entryDx=0;entryDy=0;" target="K5wDziJRcuBpRpGTvvNH-3" value="">
          <mxGeometry height="50" relative="1" width="50" as="geometry">
            <mxPoint x="130" y="1980" as="sourcePoint" />
            <mxPoint x="320" y="1950" as="targetPoint" />
          </mxGeometry>
        </mxCell>
        <mxCell id="K5wDziJRcuBpRpGTvvNH-17" edge="1" parent="1" style="endArrow=classic;html=1;rounded=0;entryX=0;entryY=0.5;entryDx=0;entryDy=0;" target="K5wDziJRcuBpRpGTvvNH-4" value="">
          <mxGeometry height="50" relative="1" width="50" as="geometry">
            <mxPoint x="130" y="1990" as="sourcePoint" />
            <mxPoint x="381" y="1923" as="targetPoint" />
          </mxGeometry>
        </mxCell>
        <mxCell id="ivUSVhTw4Toc05XPHIlE-1" parent="1" style="swimlane;whiteSpace=wrap;html=1;fillColor=#F8FFCC;" value="QUẢN TRỊ VIÊN _ QUẢN LÝ THÀNH VIÊN" vertex="1">
          <mxGeometry height="520" width="440" x="1020" y="1720" as="geometry">
            <mxRectangle height="30" width="270" x="925" y="1680" as="alternateBounds" />
          </mxGeometry>
        </mxCell>
        <mxCell id="ivUSVhTw4Toc05XPHIlE-2" parent="ivUSVhTw4Toc05XPHIlE-1" style="ellipse;whiteSpace=wrap;html=1;" value="Đăng nhập" vertex="1">
          <mxGeometry height="70" width="120" x="60" y="80" as="geometry" />
        </mxCell>
        <mxCell id="ivUSVhTw4Toc05XPHIlE-3" parent="ivUSVhTw4Toc05XPHIlE-1" style="ellipse;whiteSpace=wrap;html=1;" value="Quản lý thành viên" vertex="1">
          <mxGeometry height="70" width="120" x="60" y="262" as="geometry" />
        </mxCell>
        <mxCell id="ivUSVhTw4Toc05XPHIlE-4" parent="ivUSVhTw4Toc05XPHIlE-1" style="ellipse;whiteSpace=wrap;html=1;" value="&lt;div&gt;Cập nhật thông tin&lt;/div&gt;&lt;div&gt;thành viên&lt;/div&gt;" vertex="1">
          <mxGeometry height="70" width="120" x="267" y="201.5" as="geometry" />
        </mxCell>
        <mxCell id="ivUSVhTw4Toc05XPHIlE-5" parent="ivUSVhTw4Toc05XPHIlE-1" style="ellipse;whiteSpace=wrap;html=1;" value="Duyệt đăng ký&lt;div&gt;thành viên&lt;/div&gt;" vertex="1">
          <mxGeometry height="70" width="120" x="267" y="306" as="geometry" />
        </mxCell>
        <mxCell id="ivUSVhTw4Toc05XPHIlE-6" edge="1" parent="ivUSVhTw4Toc05XPHIlE-1" source="ivUSVhTw4Toc05XPHIlE-3" style="endArrow=classic;html=1;rounded=0;dashed=1;entryX=0.5;entryY=1;entryDx=0;entryDy=0;exitX=0.5;exitY=0;exitDx=0;exitDy=0;" target="ivUSVhTw4Toc05XPHIlE-2" value="">
          <mxGeometry relative="1" as="geometry">
            <mxPoint x="140" y="196" as="sourcePoint" />
            <mxPoint x="240" y="196" as="targetPoint" />
          </mxGeometry>
        </mxCell>
        <mxCell id="ivUSVhTw4Toc05XPHIlE-7" connectable="0" parent="ivUSVhTw4Toc05XPHIlE-6" style="edgeLabel;resizable=0;html=1;;align=center;verticalAlign=middle;" value="include" vertex="1">
          <mxGeometry relative="1" as="geometry" />
        </mxCell>
        <mxCell id="ivUSVhTw4Toc05XPHIlE-8" parent="ivUSVhTw4Toc05XPHIlE-1" style="ellipse;whiteSpace=wrap;html=1;" value="Chấp nhận đăng ký" vertex="1">
          <mxGeometry height="61.5" width="120" x="290" y="435.5" as="geometry" />
        </mxCell>
        <mxCell id="ivUSVhTw4Toc05XPHIlE-9" edge="1" parent="ivUSVhTw4Toc05XPHIlE-1" source="ivUSVhTw4Toc05XPHIlE-3" style="endArrow=classic;html=1;rounded=0;dashed=1;exitX=1;exitY=1;exitDx=0;exitDy=0;entryX=0;entryY=0.5;entryDx=0;entryDy=0;" target="ivUSVhTw4Toc05XPHIlE-5" value="">
          <mxGeometry relative="1" as="geometry">
            <mxPoint x="306" y="509" as="sourcePoint" />
            <mxPoint x="201" y="377.5" as="targetPoint" />
          </mxGeometry>
        </mxCell>
        <mxCell id="ivUSVhTw4Toc05XPHIlE-10" connectable="0" parent="ivUSVhTw4Toc05XPHIlE-9" style="edgeLabel;resizable=0;html=1;;align=center;verticalAlign=middle;" value="include" vertex="1">
          <mxGeometry relative="1" as="geometry" />
        </mxCell>
        <mxCell id="ivUSVhTw4Toc05XPHIlE-11" parent="ivUSVhTw4Toc05XPHIlE-1" style="ellipse;whiteSpace=wrap;html=1;" value="&lt;div&gt;Xoá thành viên&lt;/div&gt;" vertex="1">
          <mxGeometry height="70" width="120" x="267" y="93.5" as="geometry" />
        </mxCell>
        <mxCell id="ivUSVhTw4Toc05XPHIlE-12" edge="1" parent="ivUSVhTw4Toc05XPHIlE-1" source="ivUSVhTw4Toc05XPHIlE-3" style="endArrow=classic;html=1;rounded=0;dashed=1;entryX=0.026;entryY=0.646;entryDx=0;entryDy=0;exitX=0.719;exitY=0.052;exitDx=0;exitDy=0;exitPerimeter=0;entryPerimeter=0;" target="ivUSVhTw4Toc05XPHIlE-11" value="">
          <mxGeometry relative="1" as="geometry">
            <mxPoint x="252" y="171.5" as="sourcePoint" />
            <mxPoint x="220" y="219.5" as="targetPoint" />
          </mxGeometry>
        </mxCell>
        <mxCell id="ivUSVhTw4Toc05XPHIlE-13" connectable="0" parent="ivUSVhTw4Toc05XPHIlE-12" style="edgeLabel;resizable=0;html=1;;align=center;verticalAlign=middle;" value="include" vertex="1">
          <mxGeometry relative="1" as="geometry" />
        </mxCell>
        <mxCell id="ivUSVhTw4Toc05XPHIlE-14" edge="1" parent="ivUSVhTw4Toc05XPHIlE-1" source="ivUSVhTw4Toc05XPHIlE-3" style="endArrow=classic;html=1;rounded=0;dashed=1;entryX=0.004;entryY=0.599;entryDx=0;entryDy=0;entryPerimeter=0;exitX=0.963;exitY=0.292;exitDx=0;exitDy=0;exitPerimeter=0;" target="ivUSVhTw4Toc05XPHIlE-4" value="">
          <mxGeometry relative="1" as="geometry">
            <mxPoint x="194" y="269.5" as="sourcePoint" />
            <mxPoint x="227" y="305.5" as="targetPoint" />
          </mxGeometry>
        </mxCell>
        <mxCell id="ivUSVhTw4Toc05XPHIlE-15" connectable="0" parent="ivUSVhTw4Toc05XPHIlE-14" style="edgeLabel;resizable=0;html=1;;align=center;verticalAlign=middle;" value="include" vertex="1">
          <mxGeometry relative="1" as="geometry" />
        </mxCell>
        <mxCell id="ivUSVhTw4Toc05XPHIlE-16" edge="1" parent="ivUSVhTw4Toc05XPHIlE-1" source="ivUSVhTw4Toc05XPHIlE-8" style="endArrow=classic;html=1;rounded=0;dashed=1;entryX=0.605;entryY=0.984;entryDx=0;entryDy=0;entryPerimeter=0;exitX=0.5;exitY=0;exitDx=0;exitDy=0;" target="ivUSVhTw4Toc05XPHIlE-5" value="">
          <mxGeometry relative="1" as="geometry">
            <mxPoint x="363" y="435.5" as="sourcePoint" />
            <mxPoint x="351" y="402.5" as="targetPoint" />
          </mxGeometry>
        </mxCell>
        <mxCell id="ivUSVhTw4Toc05XPHIlE-17" connectable="0" parent="ivUSVhTw4Toc05XPHIlE-16" style="edgeLabel;resizable=0;html=1;;align=center;verticalAlign=middle;" value="extend" vertex="1">
          <mxGeometry relative="1" as="geometry" />
        </mxCell>
        <mxCell id="ivUSVhTw4Toc05XPHIlE-18" parent="ivUSVhTw4Toc05XPHIlE-1" style="ellipse;whiteSpace=wrap;html=1;" value="Từ chối đăng ký" vertex="1">
          <mxGeometry height="58.5" width="120" x="139" y="423.5" as="geometry" />
        </mxCell>
        <mxCell id="ivUSVhTw4Toc05XPHIlE-19" edge="1" parent="ivUSVhTw4Toc05XPHIlE-1" source="ivUSVhTw4Toc05XPHIlE-18" style="endArrow=classic;html=1;rounded=0;dashed=1;entryX=0;entryY=1;entryDx=0;entryDy=0;exitX=0.5;exitY=0;exitDx=0;exitDy=0;" target="ivUSVhTw4Toc05XPHIlE-5" value="">
          <mxGeometry relative="1" as="geometry">
            <mxPoint x="232" y="435.5" as="sourcePoint" />
            <mxPoint x="204" y="390.5" as="targetPoint" />
          </mxGeometry>
        </mxCell>
        <mxCell id="ivUSVhTw4Toc05XPHIlE-20" connectable="0" parent="ivUSVhTw4Toc05XPHIlE-19" style="edgeLabel;resizable=0;html=1;;align=center;verticalAlign=middle;" value="extend" vertex="1">
          <mxGeometry relative="1" as="geometry" />
        </mxCell>
        <mxCell id="ivUSVhTw4Toc05XPHIlE-21" parent="1" style="shape=umlActor;verticalLabelPosition=bottom;verticalAlign=top;html=1;outlineConnect=0;" value="Quản trị viên" vertex="1">
          <mxGeometry height="80" width="40" x="940" y="1960" as="geometry" />
        </mxCell>
        <mxCell id="ivUSVhTw4Toc05XPHIlE-22" edge="1" parent="1" style="endArrow=classic;html=1;rounded=0;entryX=0;entryY=0.5;entryDx=0;entryDy=0;" target="ivUSVhTw4Toc05XPHIlE-2" value="">
          <mxGeometry height="50" relative="1" width="50" as="geometry">
            <mxPoint x="990" y="1980" as="sourcePoint" />
            <mxPoint x="1154" y="2012" as="targetPoint" />
          </mxGeometry>
        </mxCell>
        <mxCell id="ivUSVhTw4Toc05XPHIlE-23" edge="1" parent="1" style="endArrow=classic;html=1;rounded=0;entryX=0;entryY=0.5;entryDx=0;entryDy=0;" target="ivUSVhTw4Toc05XPHIlE-3" value="">
          <mxGeometry height="50" relative="1" width="50" as="geometry">
            <mxPoint x="990" y="1990" as="sourcePoint" />
            <mxPoint x="1165" y="2069" as="targetPoint" />
          </mxGeometry>
        </mxCell>
        <mxCell id="7cP2Z6yjKxzA8NyQB6r1-1" parent="1" style="text;html=1;whiteSpace=wrap;strokeColor=none;fillColor=none;align=center;verticalAlign=middle;rounded=0;fontSize=30;" value="Quản trị viên - Duyệt bài viết" vertex="1">
          <mxGeometry height="30" width="420" x="620" y="5" as="geometry" />
        </mxCell>
      </root>
    </mxGraphModel>
  </diagram>
</mxfile>
